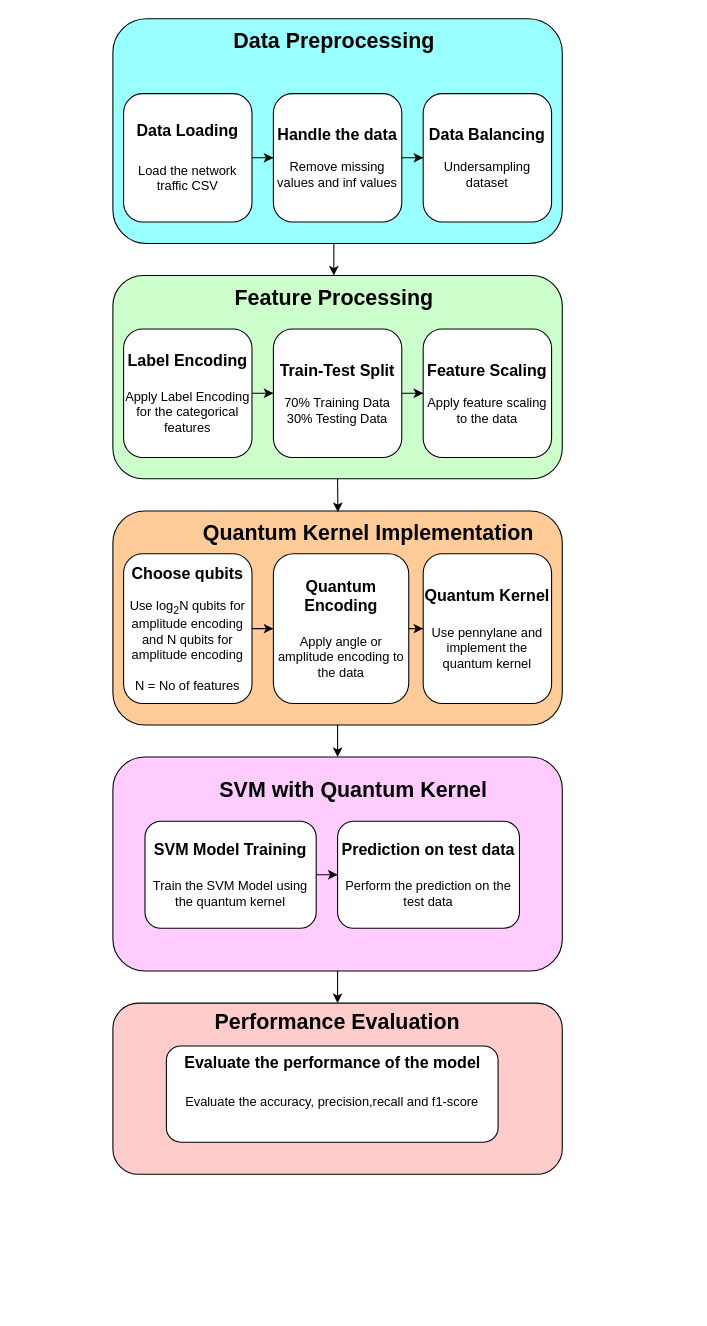
The draw.io diagram Untitled Diagram.drawio in AkshayMMurthy/abc, before the edit. Source tidied: cells renumbered, new cells numbered last; positions are measured from the earlier drawing's top-left corner, leaving out a move shared by most shapes. Both pictures are drawn from the tidied source at 107%, with x=0, y=0 at pixel (18, 18).
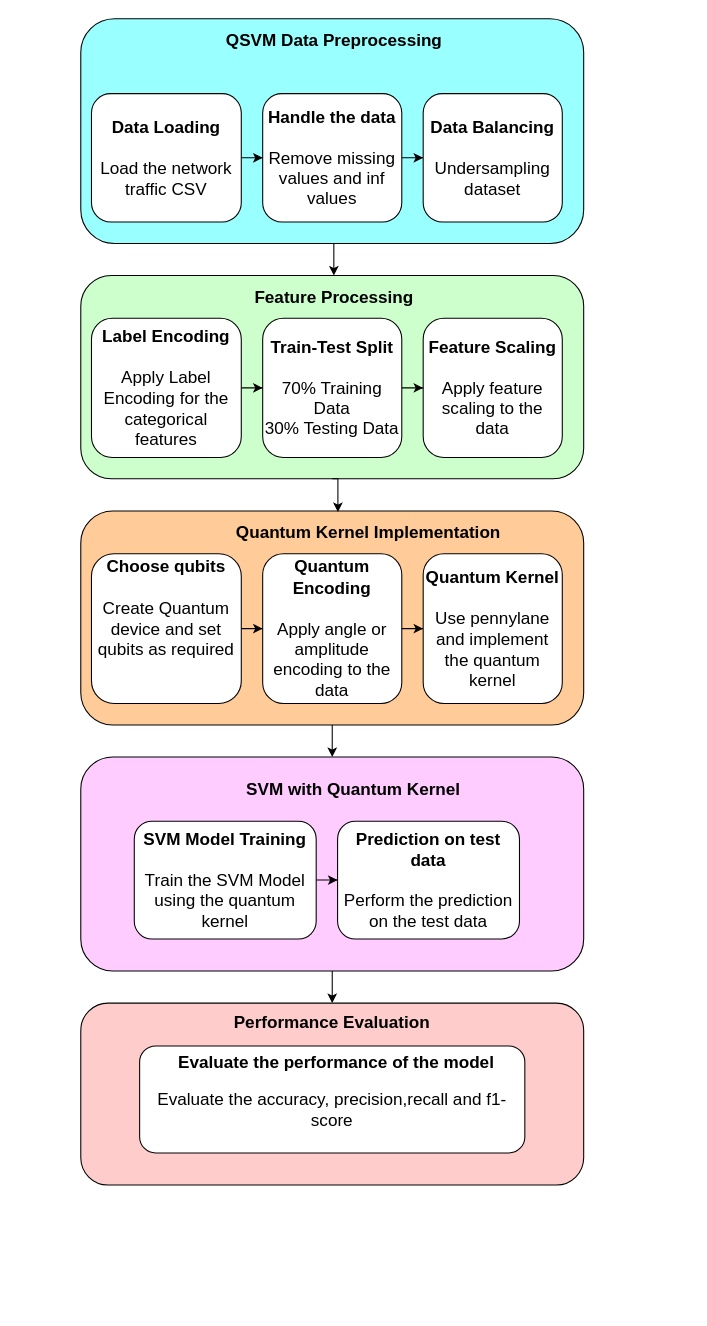
The same page after the edit.

Diff of the diagram source:
```diff
@@
-    <mxCell id="2" style="edgeStyle=orthogonalEdgeStyle;rounded=0;jettySize=auto;html=1;exitX=0.5;exitY=1;exitDx=0;exitDy=0;entryX=0.5;entryY=0;entryDx=0;entryDy=0;" parent="1" edge="1" source="3" target="28">
+    <mxCell id="2" style="edgeStyle=orthogonalEdgeStyle;rounded=0;jettySize=auto;html=1;exitX=0.5;exitY=1;exitDx=0;exitDy=0;entryX=0.5;entryY=0;entryDx=0;entryDy=0;fontSize=16;" parent="1" edge="1" source="3" target="28">
       <mxGeometry relative="1" as="geometry" />
     </mxCell>
-    <mxCell id="3" style="rounded=1;whiteSpace=wrap;html=1;fillColor=light-dark(#99FFFF,#99FFFF);" parent="1" vertex="1">
-      <mxGeometry x="88" width="420" height="210" as="geometry" />
+    <mxCell id="3" style="rounded=1;whiteSpace=wrap;html=1;fillColor=light-dark(#99FFFF,#99FFFF);fontSize=16;" parent="1" vertex="1">
+      <mxGeometry x="58" width="470" height="210" as="geometry" />
     </mxCell>
-    <mxCell id="4" style="edgeStyle=orthogonalEdgeStyle;rounded=0;jettySize=auto;html=1;" parent="1" edge="1" source="5" target="6">
+    <mxCell id="4" style="edgeStyle=orthogonalEdgeStyle;rounded=0;jettySize=auto;html=1;fontSize=16;" parent="1" edge="1" source="5" target="6">
       <mxGeometry relative="1" as="geometry" />
     </mxCell>
-    <mxCell id="5" style="rounded=1;whiteSpace=wrap;html=1;fillColor=light-dark(#FFCCFF,#FFCCFF);" parent="1" vertex="1">
-      <mxGeometry x="88" y="690" width="420" height="200" as="geometry" />
+    <mxCell id="5" style="rounded=1;whiteSpace=wrap;html=1;fillColor=light-dark(#FFCCFF,#FFCCFF);fontSize=16;" parent="1" vertex="1">
+      <mxGeometry x="58" y="690" width="470" height="200" as="geometry" />
     </mxCell>
-    <mxCell id="6" value="&lt;div&gt;&lt;br&gt;&lt;/div&gt;&lt;div&gt;&lt;br&gt;&lt;/div&gt;&lt;div&gt;&lt;br&gt;&lt;/div&gt;&lt;div&gt;&lt;br&gt;&lt;/div&gt;&lt;div&gt;&lt;br&gt;&lt;/div&gt;&lt;div&gt;&lt;br&gt;&lt;/div&gt;&lt;div&gt;&lt;br&gt;&lt;/div&gt;&lt;div&gt;&lt;br&gt;&lt;/div&gt;&lt;div&gt;&lt;br&gt;&lt;/div&gt;&lt;div&gt;&lt;div&gt;&lt;font style=&quot;font-size: 20px;&quot;&gt;&lt;b&gt;Performance Evaluation&lt;/b&gt;&lt;/font&gt;&lt;/div&gt;&lt;div&gt;&lt;font style=&quot;font-size: 20px;&quot;&gt;&lt;b&gt;&lt;br&gt;&lt;/b&gt;&lt;/font&gt;&lt;/div&gt;&lt;div&gt;&lt;font style=&quot;font-size: 20px;&quot;&gt;&lt;b&gt;&lt;br&gt;&lt;/b&gt;&lt;/font&gt;&lt;/div&gt;&lt;div&gt;&lt;font style=&quot;font-size: 20px;&quot;&gt;&lt;b&gt;&lt;br&gt;&lt;/b&gt;&lt;/font&gt;&lt;/div&gt;&lt;div&gt;&lt;font style=&quot;font-size: 20px;&quot;&gt;&lt;b&gt;&lt;br&gt;&lt;/b&gt;&lt;/font&gt;&lt;/div&gt;&lt;div&gt;&lt;font style=&quot;font-size: 20px;&quot;&gt;&lt;b&gt;&lt;br&gt;&lt;/b&gt;&lt;/font&gt;&lt;/div&gt;&lt;div&gt;&lt;font style=&quot;font-size: 20px;&quot;&gt;&lt;b&gt;&lt;br&gt;&lt;/b&gt;&lt;/font&gt;&lt;/div&gt;&lt;div&gt;&lt;font style=&quot;font-size: 20px;&quot;&gt;&lt;b&gt;&lt;br&gt;&lt;/b&gt;&lt;/font&gt;&lt;/div&gt;&lt;div&gt;&lt;font style=&quot;font-size: 20px;&quot;&gt;&lt;b&gt;&lt;br&gt;&lt;/b&gt;&lt;/font&gt;&lt;/div&gt;&lt;div&gt;&lt;font style=&quot;font-size: 20px;&quot;&gt;&lt;b&gt;&lt;br&gt;&lt;/b&gt;&lt;/font&gt;&lt;/div&gt;&lt;div&gt;&lt;font style=&quot;font-size: 20px;&quot;&gt;&lt;b&gt;&lt;br&gt;&lt;/b&gt;&lt;/font&gt;&lt;/div&gt;&lt;div&gt;&lt;br&gt;&lt;/div&gt;&lt;/div&gt;" style="rounded=1;whiteSpace=wrap;html=1;fillColor=light-dark(#FFCCCC,#CCFFCC);" parent="1" vertex="1">
-      <mxGeometry x="88" y="920" width="420" height="160" as="geometry" />
+    <mxCell id="6" value="&lt;div&gt;&lt;br&gt;&lt;/div&gt;&lt;div&gt;&lt;br&gt;&lt;/div&gt;&lt;div&gt;&lt;br&gt;&lt;/div&gt;&lt;div&gt;&lt;b&gt;Performance Evaluation&lt;/b&gt;&lt;/div&gt;&lt;div&gt;&lt;div&gt;&lt;font&gt;&lt;b&gt;&lt;br&gt;&lt;/b&gt;&lt;/font&gt;&lt;/div&gt;&lt;div&gt;&lt;font&gt;&lt;b&gt;&lt;br&gt;&lt;/b&gt;&lt;/font&gt;&lt;/div&gt;&lt;div&gt;&lt;font&gt;&lt;b&gt;&lt;br&gt;&lt;/b&gt;&lt;/font&gt;&lt;/div&gt;&lt;div&gt;&lt;font&gt;&lt;b&gt;&lt;br&gt;&lt;/b&gt;&lt;/font&gt;&lt;/div&gt;&lt;div&gt;&lt;font&gt;&lt;b&gt;&lt;br&gt;&lt;/b&gt;&lt;/font&gt;&lt;/div&gt;&lt;div&gt;&lt;font&gt;&lt;b&gt;&lt;br&gt;&lt;/b&gt;&lt;/font&gt;&lt;/div&gt;&lt;div&gt;&lt;font&gt;&lt;b&gt;&lt;br&gt;&lt;/b&gt;&lt;/font&gt;&lt;/div&gt;&lt;div&gt;&lt;font&gt;&lt;b&gt;&lt;br&gt;&lt;/b&gt;&lt;/font&gt;&lt;/div&gt;&lt;div&gt;&lt;font&gt;&lt;b&gt;&lt;br&gt;&lt;/b&gt;&lt;/font&gt;&lt;/div&gt;&lt;div&gt;&lt;br&gt;&lt;/div&gt;&lt;/div&gt;" style="rounded=1;whiteSpace=wrap;html=1;fillColor=light-dark(#FFCCCC,#CCFFCC);fontSize=16;" parent="1" vertex="1">
+      <mxGeometry x="58" y="920" width="470" height="170" as="geometry" />
     </mxCell>
-    <mxCell id="7" value="&lt;font style=&quot;font-size: 20px;&quot;&gt;&lt;b&gt;Data Preprocessing&lt;/b&gt;&lt;/font&gt;" style="text;html=1;align=center;verticalAlign=middle;whiteSpace=wrap;rounded=0;" parent="1" vertex="1">
+    <mxCell id="7" value="&lt;font&gt;&lt;b&gt;QSVM Data Preprocessing&lt;/b&gt;&lt;/font&gt;" style="text;html=1;align=center;verticalAlign=middle;whiteSpace=wrap;rounded=0;fontSize=16;" parent="1" vertex="1">
       <mxGeometry x="-0.5" width="590" height="40" as="geometry" />
     </mxCell>
-    <mxCell id="8" style="edgeStyle=orthogonalEdgeStyle;rounded=0;jettySize=auto;html=1;" parent="1" edge="1" source="9" target="11">
+    <mxCell id="8" style="edgeStyle=orthogonalEdgeStyle;rounded=0;jettySize=auto;html=1;fontSize=16;" parent="1" edge="1" source="9" target="11">
       <mxGeometry relative="1" as="geometry" />
     </mxCell>
-    <mxCell id="9" value="&lt;font style=&quot;font-size: 15px;&quot;&gt;&lt;b style=&quot;&quot;&gt;Data Loading&lt;/b&gt;&lt;/font&gt;&lt;div&gt;&lt;span style=&quot;font-size: 18px;&quot;&gt;&lt;b&gt;&lt;br&gt;&lt;/b&gt;&lt;/span&gt;&lt;div&gt;Load the network traffic CSV&lt;/div&gt;&lt;/div&gt;" style="rounded=1;whiteSpace=wrap;html=1;" parent="1" vertex="1">
-      <mxGeometry x="98" y="70" width="120" height="120" as="geometry" />
+    <mxCell id="9" value="&lt;font&gt;&lt;b&gt;Data Loading&lt;/b&gt;&lt;/font&gt;&lt;div&gt;&lt;span&gt;&lt;b&gt;&lt;br&gt;&lt;/b&gt;&lt;/span&gt;&lt;div&gt;Load the network traffic CSV&lt;/div&gt;&lt;/div&gt;" style="rounded=1;whiteSpace=wrap;html=1;fontSize=16;" parent="1" vertex="1">
+      <mxGeometry x="68" y="70" width="140" height="120" as="geometry" />
     </mxCell>
-    <mxCell id="10" style="edgeStyle=orthogonalEdgeStyle;rounded=0;jettySize=auto;html=1;" parent="1" edge="1" source="11" target="12">
+    <mxCell id="10" style="edgeStyle=orthogonalEdgeStyle;rounded=0;jettySize=auto;html=1;fontSize=16;" parent="1" edge="1" source="11" target="12">
       <mxGeometry relative="1" as="geometry" />
     </mxCell>
-    <mxCell id="11" value="&lt;font style=&quot;font-size: 15px;&quot;&gt;&lt;b&gt;Handle the data&lt;/b&gt;&lt;/font&gt;&lt;div&gt;&lt;br&gt;&lt;/div&gt;&lt;div&gt;Remove missing values and inf values&lt;/div&gt;" style="rounded=1;whiteSpace=wrap;html=1;" parent="1" vertex="1">
-      <mxGeometry x="238" y="70" width="120" height="120" as="geometry" />
+    <mxCell id="11" value="&lt;font&gt;&lt;b&gt;Handle the data&lt;/b&gt;&lt;/font&gt;&lt;div&gt;&lt;br&gt;&lt;/div&gt;&lt;div&gt;Remove missing values and inf values&lt;/div&gt;" style="rounded=1;whiteSpace=wrap;html=1;fontSize=16;" parent="1" vertex="1">
+      <mxGeometry x="228" y="70" width="130" height="120" as="geometry" />
     </mxCell>
-    <mxCell id="12" value="&lt;font style=&quot;font-size: 15px;&quot;&gt;&lt;b&gt;Data Balancing&lt;/b&gt;&lt;/font&gt;&lt;div&gt;&lt;br&gt;&lt;/div&gt;&lt;div&gt;Undersampling dataset&lt;/div&gt;" style="rounded=1;whiteSpace=wrap;html=1;" parent="1" vertex="1">
-      <mxGeometry x="378" y="70" width="120" height="120" as="geometry" />
+    <mxCell id="12" value="&lt;font&gt;&lt;b&gt;Data Balancing&lt;/b&gt;&lt;/font&gt;&lt;div&gt;&lt;br&gt;&lt;/div&gt;&lt;div&gt;Undersampling dataset&lt;/div&gt;" style="rounded=1;whiteSpace=wrap;html=1;fontSize=16;" parent="1" vertex="1">
+      <mxGeometry x="378" y="70" width="130" height="120" as="geometry" />
     </mxCell>
-    <mxCell id="13" value="&lt;span style=&quot;font-size: 20px;&quot;&gt;&lt;b&gt;SVM with Quantum Kernel&lt;/b&gt;&lt;/span&gt;" style="text;html=1;align=center;verticalAlign=middle;whiteSpace=wrap;rounded=0;" parent="1" vertex="1">
+    <mxCell id="13" value="&lt;span&gt;&lt;b&gt;SVM with Quantum Kernel&lt;/b&gt;&lt;/span&gt;" style="text;html=1;align=center;verticalAlign=middle;whiteSpace=wrap;rounded=0;fontSize=16;" parent="1" vertex="1">
       <mxGeometry x="18" y="700" width="590" height="40" as="geometry" />
     </mxCell>
-    <mxCell id="14" style="edgeStyle=orthogonalEdgeStyle;rounded=0;jettySize=auto;html=1;exitX=1;exitY=0.5;exitDx=0;exitDy=0;" parent="1" edge="1" source="15" target="16">
+    <mxCell id="14" style="edgeStyle=orthogonalEdgeStyle;rounded=0;jettySize=auto;html=1;exitX=1;exitY=0.5;exitDx=0;exitDy=0;fontSize=16;" parent="1" edge="1" source="15" target="16">
       <mxGeometry relative="1" as="geometry" />
     </mxCell>
-    <mxCell id="15" value="&lt;div&gt;&lt;span style=&quot;font-size: 15px;&quot;&gt;&lt;b&gt;SVM Model Training&lt;/b&gt;&lt;/span&gt;&lt;/div&gt;&lt;div&gt;&lt;span style=&quot;font-size: 15px;&quot;&gt;&lt;b&gt;&lt;br&gt;&lt;/b&gt;&lt;/span&gt;&lt;/div&gt;Train the SVM Model using the quantum kernel" style="rounded=1;whiteSpace=wrap;html=1;" parent="1" vertex="1">
-      <mxGeometry x="118" y="750" width="160" height="100" as="geometry" />
+    <mxCell id="15" value="&lt;div&gt;&lt;span&gt;&lt;b&gt;SVM Model Training&lt;/b&gt;&lt;/span&gt;&lt;/div&gt;&lt;div&gt;&lt;span&gt;&lt;b&gt;&lt;br&gt;&lt;/b&gt;&lt;/span&gt;&lt;/div&gt;Train the SVM Model using the quantum kernel" style="rounded=1;whiteSpace=wrap;html=1;fontSize=16;" parent="1" vertex="1">
+      <mxGeometry x="108" y="750" width="170" height="110" as="geometry" />
     </mxCell>
-    <mxCell id="16" value="&lt;div&gt;&lt;span style=&quot;font-size: 15px;&quot;&gt;&lt;b&gt;Prediction on test data&lt;/b&gt;&lt;/span&gt;&lt;/div&gt;&lt;div&gt;&lt;span style=&quot;font-size: 15px;&quot;&gt;&lt;b&gt;&lt;br&gt;&lt;/b&gt;&lt;/span&gt;&lt;/div&gt;&lt;div&gt;Perform the prediction on the test data&lt;/div&gt;" style="rounded=1;whiteSpace=wrap;html=1;" parent="1" vertex="1">
-      <mxGeometry x="298" y="750" width="170" height="100" as="geometry" />
+    <mxCell id="16" value="&lt;div&gt;&lt;span&gt;&lt;b&gt;Prediction on test data&lt;/b&gt;&lt;/span&gt;&lt;/div&gt;&lt;div&gt;&lt;span&gt;&lt;b&gt;&lt;br&gt;&lt;/b&gt;&lt;/span&gt;&lt;/div&gt;&lt;div&gt;Perform the prediction on the test data&lt;/div&gt;" style="rounded=1;whiteSpace=wrap;html=1;fontSize=16;" parent="1" vertex="1">
+      <mxGeometry x="298" y="750" width="170" height="110" as="geometry" />
     </mxCell>
-    <mxCell id="17" value="&lt;div&gt;&lt;br&gt;&lt;/div&gt;Evaluate the accuracy, precision,recall and f1-score" style="rounded=1;whiteSpace=wrap;html=1;" parent="1" vertex="1">
-      <mxGeometry x="138" y="960" width="310" height="90" as="geometry" />
+    <mxCell id="17" value="&lt;div&gt;&lt;br&gt;&lt;/div&gt;Evaluate the accuracy, precision,recall and f1-score" style="rounded=1;whiteSpace=wrap;html=1;fontSize=16;" parent="1" vertex="1">
+      <mxGeometry x="113" y="960" width="360" height="100" as="geometry" />
     </mxCell>
-    <mxCell id="18" value="Evaluate the performance of the model" style="text;html=1;align=center;verticalAlign=middle;whiteSpace=wrap;rounded=0;fontSize=15;fontStyle=1;" parent="1" vertex="1">
-      <mxGeometry x="149.8" y="960" width="286.5" height="30" as="geometry" />
+    <mxCell id="18" value="Evaluate the performance of the model" style="text;html=1;align=center;verticalAlign=middle;whiteSpace=wrap;rounded=0;fontSize=16;fontStyle=1;" parent="1" vertex="1">
+      <mxGeometry x="148" y="960" width="298.2" height="30" as="geometry" />
     </mxCell>
-    <mxCell id="19" style="edgeStyle=orthogonalEdgeStyle;rounded=0;jettySize=auto;html=1;exitX=0.5;exitY=1;exitDx=0;exitDy=0;entryX=0.5;entryY=0;entryDx=0;entryDy=0;" parent="1" edge="1" source="20" target="5">
+    <mxCell id="19" style="edgeStyle=orthogonalEdgeStyle;rounded=0;jettySize=auto;html=1;exitX=0.5;exitY=1;exitDx=0;exitDy=0;entryX=0.5;entryY=0;entryDx=0;entryDy=0;fontSize=16;" parent="1" edge="1" source="20" target="5">
       <mxGeometry relative="1" as="geometry" />
     </mxCell>
-    <mxCell id="20" style="rounded=1;whiteSpace=wrap;html=1;fillColor=light-dark(#FFCC99,#99FFFF);" parent="1" vertex="1">
-      <mxGeometry x="88" y="460" width="420" height="200" as="geometry" />
+    <mxCell id="20" style="rounded=1;whiteSpace=wrap;html=1;fillColor=light-dark(#FFCC99,#99FFFF);fontSize=16;" parent="1" vertex="1">
+      <mxGeometry x="58" y="460" width="470" height="200" as="geometry" />
     </mxCell>
-    <mxCell id="21" value="&lt;font style=&quot;font-size: 20px;&quot;&gt;&lt;b&gt;Quantum Kernel Implementation&lt;/b&gt;&lt;/font&gt;" style="text;html=1;align=center;verticalAlign=middle;whiteSpace=wrap;rounded=0;" parent="1" vertex="1">
+    <mxCell id="21" value="&lt;font&gt;&lt;b&gt;Quantum Kernel Implementation&lt;/b&gt;&lt;/font&gt;" style="text;html=1;align=center;verticalAlign=middle;whiteSpace=wrap;rounded=0;fontSize=16;" parent="1" vertex="1">
       <mxGeometry x="28" y="460" width="598" height="40" as="geometry" />
     </mxCell>
-    <mxCell id="22" style="edgeStyle=orthogonalEdgeStyle;rounded=0;jettySize=auto;html=1;" parent="1" edge="1" source="23" target="26">
+    <mxCell id="22" style="edgeStyle=orthogonalEdgeStyle;rounded=0;jettySize=auto;html=1;fontSize=16;" parent="1" edge="1" source="23" target="26">
       <mxGeometry relative="1" as="geometry" />
     </mxCell>
-    <mxCell id="23" value="&lt;div&gt;&lt;span style=&quot;font-size: 15px;&quot;&gt;&lt;b&gt;Quantum Encoding&lt;/b&gt;&lt;/span&gt;&lt;/div&gt;&lt;div&gt;&lt;span style=&quot;font-size: 15px;&quot;&gt;&lt;b&gt;&lt;br&gt;&lt;/b&gt;&lt;/span&gt;&lt;/div&gt;&lt;div&gt;Apply angle or amplitude encoding to the data&lt;/div&gt;" style="rounded=1;whiteSpace=wrap;html=1;" parent="1" vertex="1">
-      <mxGeometry x="238" y="500" width="126.5" height="140" as="geometry" />
+    <mxCell id="23" value="&lt;div&gt;&lt;span&gt;&lt;b&gt;Quantum Encoding&lt;/b&gt;&lt;/span&gt;&lt;/div&gt;&lt;div&gt;&lt;span&gt;&lt;b&gt;&lt;br&gt;&lt;/b&gt;&lt;/span&gt;&lt;/div&gt;&lt;div&gt;Apply angle or amplitude encoding to the data&lt;/div&gt;" style="rounded=1;whiteSpace=wrap;html=1;fontSize=16;" parent="1" vertex="1">
+      <mxGeometry x="228" y="500" width="130" height="140" as="geometry" />
     </mxCell>
-    <mxCell id="24" style="edgeStyle=orthogonalEdgeStyle;rounded=0;jettySize=auto;html=1;" parent="1" edge="1" source="25" target="23">
+    <mxCell id="24" style="edgeStyle=orthogonalEdgeStyle;rounded=0;jettySize=auto;html=1;fontSize=16;" parent="1" edge="1" source="25" target="23">
       <mxGeometry relative="1" as="geometry" />
     </mxCell>
-    <mxCell id="25" value="&lt;span style=&quot;font-size: 15px;&quot;&gt;&lt;b&gt;Choose qubits&lt;/b&gt;&lt;/span&gt;&lt;br&gt;&lt;div&gt;&lt;br&gt;&lt;/div&gt;&lt;div&gt;Use log&lt;sub&gt;2&lt;/sub&gt;N qubits for amplitude encoding and N qubits for amplitude encoding&lt;/div&gt;&lt;div&gt;&lt;br&gt;&lt;/div&gt;&lt;div&gt;N = No of features&lt;/div&gt;" style="rounded=1;whiteSpace=wrap;html=1;" parent="1" vertex="1">
-      <mxGeometry x="98" y="500" width="120" height="140" as="geometry" />
+    <mxCell id="25" value="&lt;span&gt;&lt;b&gt;Choose qubits&lt;/b&gt;&lt;/span&gt;&lt;br&gt;&lt;div&gt;&lt;br&gt;&lt;/div&gt;&lt;div&gt;&lt;div&gt;Create Quantum device and set qubits as required&lt;/div&gt;&lt;div&gt;&lt;br&gt;&lt;/div&gt;&lt;/div&gt;&lt;div&gt;&lt;br&gt;&lt;/div&gt;" style="rounded=1;whiteSpace=wrap;html=1;fontSize=16;" parent="1" vertex="1">
+      <mxGeometry x="68" y="500" width="140" height="140" as="geometry" />
     </mxCell>
-    <mxCell id="26" value="&lt;div&gt;&lt;span style=&quot;font-size: 15px;&quot;&gt;&lt;b&gt;Quantum Kernel&lt;/b&gt;&lt;/span&gt;&lt;/div&gt;&lt;div&gt;&lt;span style=&quot;font-size: 15px;&quot;&gt;&lt;b&gt;&lt;br&gt;&lt;/b&gt;&lt;/span&gt;&lt;/div&gt;&lt;div&gt;Use pennylane and implement the quantum kernel&lt;/div&gt;" style="rounded=1;whiteSpace=wrap;html=1;" parent="1" vertex="1">
-      <mxGeometry x="378" y="500" width="120" height="140" as="geometry" />
+    <mxCell id="26" value="&lt;div&gt;&lt;span&gt;&lt;b&gt;Quantum Kernel&lt;/b&gt;&lt;/span&gt;&lt;/div&gt;&lt;div&gt;&lt;span&gt;&lt;b&gt;&lt;br&gt;&lt;/b&gt;&lt;/span&gt;&lt;/div&gt;&lt;div&gt;Use pennylane and implement the quantum kernel&lt;/div&gt;" style="rounded=1;whiteSpace=wrap;html=1;fontSize=16;" parent="1" vertex="1">
+      <mxGeometry x="378" y="500" width="130" height="140" as="geometry" />
     </mxCell>
-    <mxCell id="27" style="rounded=1;whiteSpace=wrap;html=1;fillColor=light-dark(#CCFFCC,#99FFFF);" parent="1" vertex="1">
-      <mxGeometry x="88" y="240" width="420" height="190" as="geometry" />
+    <mxCell id="27" style="rounded=1;whiteSpace=wrap;html=1;fillColor=light-dark(#CCFFCC,#99FFFF);fontSize=16;" parent="1" vertex="1">
+      <mxGeometry x="58" y="240" width="470" height="190" as="geometry" />
     </mxCell>
-    <mxCell id="28" value="&lt;font style=&quot;font-size: 20px;&quot;&gt;&lt;b&gt;Feature Processing&lt;/b&gt;&lt;/font&gt;" style="text;html=1;align=center;verticalAlign=middle;whiteSpace=wrap;rounded=0;" parent="1" vertex="1">
+    <mxCell id="28" value="&lt;font&gt;&lt;b&gt;Feature Processing&lt;/b&gt;&lt;/font&gt;" style="text;html=1;align=center;verticalAlign=middle;whiteSpace=wrap;rounded=0;fontSize=16;" parent="1" vertex="1">
       <mxGeometry x="-0.5" y="240" width="590" height="40" as="geometry" />
     </mxCell>
-    <mxCell id="29" value="&lt;div&gt;&lt;b style=&quot;&quot;&gt;&lt;span style=&quot;font-size: 15px;&quot;&gt;Feature Scaling&lt;/span&gt;&lt;br&gt;&lt;/b&gt;&lt;div&gt;&lt;br&gt;&lt;/div&gt;&lt;div&gt;Apply feature scaling to the data&lt;/div&gt;&lt;/div&gt;" style="rounded=1;whiteSpace=wrap;html=1;" parent="1" vertex="1">
-      <mxGeometry x="378" y="290" width="120" height="120" as="geometry" />
+    <mxCell id="29" value="&lt;div&gt;&lt;b&gt;&lt;span&gt;Feature Scaling&lt;/span&gt;&lt;br&gt;&lt;/b&gt;&lt;div&gt;&lt;br&gt;&lt;/div&gt;&lt;div&gt;Apply feature scaling to the data&lt;/div&gt;&lt;/div&gt;" style="rounded=1;whiteSpace=wrap;html=1;fontSize=16;" parent="1" vertex="1">
+      <mxGeometry x="378" y="280" width="130" height="130" as="geometry" />
     </mxCell>
-    <mxCell id="30" style="edgeStyle=orthogonalEdgeStyle;rounded=0;jettySize=auto;html=1;" parent="1" edge="1" source="31" target="29">
+    <mxCell id="30" style="edgeStyle=orthogonalEdgeStyle;rounded=0;jettySize=auto;html=1;fontSize=16;" parent="1" edge="1" source="31" target="29">
       <mxGeometry relative="1" as="geometry" />
     </mxCell>
-    <mxCell id="31" value="&lt;div&gt;&lt;span style=&quot;font-size: 15px;&quot;&gt;&lt;b&gt;Train-Test Split&lt;/b&gt;&lt;/span&gt;&lt;/div&gt;&lt;div&gt;&lt;br&gt;&lt;/div&gt;&lt;div&gt;70% Training Data&lt;/div&gt;&lt;div&gt;30% Testing Data&lt;/div&gt;" style="rounded=1;whiteSpace=wrap;html=1;" parent="1" vertex="1">
-      <mxGeometry x="238" y="290" width="120" height="120" as="geometry" />
+    <mxCell id="31" value="&lt;div&gt;&lt;span&gt;&lt;b&gt;Train-Test Split&lt;/b&gt;&lt;/span&gt;&lt;/div&gt;&lt;div&gt;&lt;br&gt;&lt;/div&gt;&lt;div&gt;70% Training Data&lt;/div&gt;&lt;div&gt;30% Testing Data&lt;/div&gt;" style="rounded=1;whiteSpace=wrap;html=1;fontSize=16;" parent="1" vertex="1">
+      <mxGeometry x="228" y="280" width="130" height="130" as="geometry" />
     </mxCell>
-    <mxCell id="32" style="edgeStyle=orthogonalEdgeStyle;rounded=0;jettySize=auto;html=1;" parent="1" edge="1" source="33" target="31">
+    <mxCell id="32" style="edgeStyle=orthogonalEdgeStyle;rounded=0;jettySize=auto;html=1;fontSize=16;" parent="1" edge="1" source="33" target="31">
       <mxGeometry relative="1" as="geometry" />
     </mxCell>
-    <mxCell id="33" value="&lt;div&gt;&lt;span style=&quot;font-size: 15px;&quot;&gt;&lt;b&gt;Label Encoding&lt;/b&gt;&lt;/span&gt;&lt;/div&gt;&lt;div&gt;&lt;span style=&quot;font-size: 15px;&quot;&gt;&lt;b&gt;&lt;br&gt;&lt;/b&gt;&lt;/span&gt;&lt;/div&gt;&lt;div&gt;Apply Label Encoding for the categorical features&lt;/div&gt;" style="rounded=1;whiteSpace=wrap;html=1;" parent="1" vertex="1">
-      <mxGeometry x="98" y="290" width="120" height="120" as="geometry" />
+    <mxCell id="33" value="&lt;div&gt;&lt;span&gt;&lt;b&gt;Label Encoding&lt;/b&gt;&lt;/span&gt;&lt;/div&gt;&lt;div&gt;&lt;span&gt;&lt;b&gt;&lt;br&gt;&lt;/b&gt;&lt;/span&gt;&lt;/div&gt;&lt;div&gt;Apply Label Encoding for the categorical features&lt;/div&gt;" style="rounded=1;whiteSpace=wrap;html=1;fontSize=16;" parent="1" vertex="1">
+      <mxGeometry x="68" y="280" width="140" height="130" as="geometry" />
     </mxCell>
-    <mxCell id="34" style="rounded=1;whiteSpace=wrap;html=1;" parent="1" vertex="1">
+    <mxCell id="34" style="rounded=1;whiteSpace=wrap;html=1;fontSize=16;" parent="1" vertex="1">
       <mxGeometry x="268" y="230" width="20" as="geometry" />
     </mxCell>
-    <mxCell id="35" style="edgeStyle=orthogonalEdgeStyle;rounded=0;jettySize=auto;html=1;exitX=0.5;exitY=1;exitDx=0;exitDy=0;entryX=0.452;entryY=0.027;entryDx=0;entryDy=0;entryPerimeter=0;" parent="1" edge="1" source="27" target="21">
+    <mxCell id="35" style="edgeStyle=orthogonalEdgeStyle;rounded=0;jettySize=auto;html=1;exitX=0.5;exitY=1;exitDx=0;exitDy=0;entryX=0.452;entryY=0.027;entryDx=0;entryDy=0;entryPerimeter=0;fontSize=16;" parent="1" edge="1" source="27" target="21">
       <mxGeometry relative="1" as="geometry" />
     </mxCell>
```
